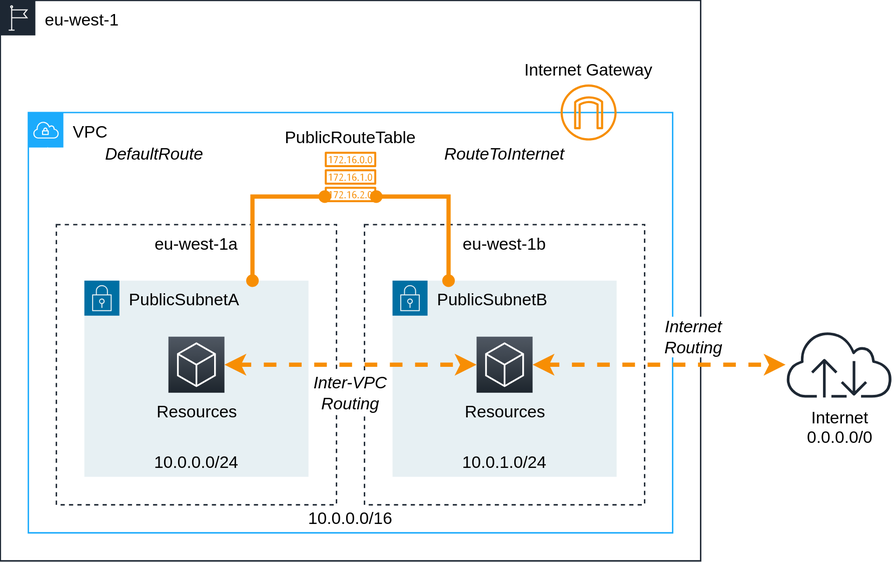
The draw.io diagram assets/img-vpc-simple-wb.svg in martijnvandongen/cfn-workshop, before a commit. Source tidied: cells renumbered, new cells last; positions are measured from the earlier drawing's top-left corner, leaving out a move shared by most shapes. Source of this version:
```xml
<mxGraphModel>
  <root>
    <mxCell id="0" />
    <mxCell id="1" parent="0" />
    <mxCell id="2" value="eu-west-1" style="gradientColor=none;html=1;whiteSpace=wrap;fontSize=12;fontStyle=0;shape=mxgraph.aws4.group;grIcon=mxgraph.aws4.group_region;strokeColor=#1D2733;fillColor=none;verticalAlign=top;align=left;spacingLeft=30;fontColor=#000000;dashed=0;" parent="1" vertex="1">
      <mxGeometry width="500" height="400" as="geometry" />
    </mxCell>
    <mxCell id="3" value="VPC" style="points=[[0,0],[0.25,0],[0.5,0],[0.75,0],[1,0],[1,0.25],[1,0.5],[1,0.75],[1,1],[0.75,1],[0.5,1],[0.25,1],[0,1],[0,0.75],[0,0.5],[0,0.25]];outlineConnect=0;gradientColor=none;html=1;whiteSpace=wrap;fontSize=12;fontStyle=0;shape=mxgraph.aws4.group;grIcon=mxgraph.aws4.group_vpc;strokeColor=#1BABFC;fillColor=none;verticalAlign=top;align=left;spacingLeft=30;fontColor=#000000;dashed=0;" parent="1" vertex="1">
      <mxGeometry x="20" y="80" width="460" height="300" as="geometry" />
    </mxCell>
    <mxCell id="4" value="eu-west-1a" style="fillColor=none;strokeColor=#1D2733;dashed=1;verticalAlign=top;fontStyle=0;fontColor=#000000;" parent="1" vertex="1">
      <mxGeometry x="40" y="160" width="200" height="200" as="geometry" />
    </mxCell>
    <mxCell id="5" value="eu-west-1b" style="fillColor=none;strokeColor=#1D2733;dashed=1;verticalAlign=top;fontStyle=0;fontColor=#000000;" parent="1" vertex="1">
      <mxGeometry x="260" y="160" width="200" height="200" as="geometry" />
    </mxCell>
    <mxCell id="6" value="PublicSubnetA" style="points=[[0,0],[0.25,0],[0.5,0],[0.75,0],[1,0],[1,0.25],[1,0.5],[1,0.75],[1,1],[0.75,1],[0.5,1],[0.25,1],[0,1],[0,0.75],[0,0.5],[0,0.25]];outlineConnect=0;gradientColor=none;html=1;whiteSpace=wrap;fontSize=12;fontStyle=0;shape=mxgraph.aws4.group;grIcon=mxgraph.aws4.group_security_group;grStroke=0;strokeColor=#006FA3;fillColor=#E7F0F3;verticalAlign=top;align=left;spacingLeft=30;fontColor=#000000;dashed=0;" parent="1" vertex="1">
      <mxGeometry x="60" y="200" width="160" height="140" as="geometry" />
    </mxCell>
    <mxCell id="7" value="PublicSubnetB" style="points=[[0,0],[0.25,0],[0.5,0],[0.75,0],[1,0],[1,0.25],[1,0.5],[1,0.75],[1,1],[0.75,1],[0.5,1],[0.25,1],[0,1],[0,0.75],[0,0.5],[0,0.25]];outlineConnect=0;gradientColor=none;html=1;whiteSpace=wrap;fontSize=12;fontStyle=0;shape=mxgraph.aws4.group;grIcon=mxgraph.aws4.group_security_group;grStroke=0;strokeColor=#006FA3;fillColor=#E7F0F3;verticalAlign=top;align=left;spacingLeft=30;fontColor=#000000;dashed=0;" parent="1" vertex="1">
      <mxGeometry x="280" y="200" width="160" height="140" as="geometry" />
    </mxCell>
    <mxCell id="8" style="outlineConnect=0;fontColor=#000000;gradientColor=none;fillColor=#F78E04;strokeColor=none;dashed=0;verticalLabelPosition=bottom;verticalAlign=top;align=center;html=1;fontSize=12;fontStyle=0;shape=mxgraph.aws4.internet_gateway;" parent="1" vertex="1">
      <mxGeometry x="400" y="60" width="40" height="40" as="geometry" />
    </mxCell>
    <mxCell id="9" style="edgeStyle=orthogonalEdgeStyle;rounded=0;jettySize=auto;html=1;fontColor=#000000;strokeColor=#FFFFFF;" parent="1" edge="1" source="12" target="8">
      <mxGeometry relative="1" as="geometry">
        <Array as="points">
          <mxPoint x="420" y="120" />
        </Array>
      </mxGeometry>
    </mxCell>
    <mxCell id="10" style="edgeStyle=orthogonalEdgeStyle;rounded=0;jettySize=auto;html=1;entryX=0.75;entryY=0;entryDx=0;entryDy=0;startArrow=oval;startFill=1;strokeColor=#F78E04;strokeWidth=3;fontSize=16;fontColor=#000000;endArrow=oval;endFill=1;" parent="1" edge="1" source="12" target="6">
      <mxGeometry relative="1" as="geometry">
        <Array as="points">
          <mxPoint x="180" y="140" />
        </Array>
      </mxGeometry>
    </mxCell>
    <mxCell id="11" style="edgeStyle=orthogonalEdgeStyle;rounded=0;jettySize=auto;html=1;entryX=0.25;entryY=0;entryDx=0;entryDy=0;startArrow=oval;startFill=1;endArrow=oval;endFill=1;strokeColor=#F78E04;strokeWidth=3;fontSize=16;fontColor=#000000;" parent="1" edge="1" source="12" target="7">
      <mxGeometry relative="1" as="geometry">
        <Array as="points">
          <mxPoint x="320" y="140" />
        </Array>
      </mxGeometry>
    </mxCell>
    <mxCell id="12" style="outlineConnect=0;fontColor=#000000;gradientColor=none;fillColor=#F78E04;strokeColor=none;dashed=0;verticalLabelPosition=bottom;verticalAlign=top;align=center;html=1;fontSize=12;fontStyle=0;shape=mxgraph.aws4.route_table;" parent="1" vertex="1">
      <mxGeometry x="231.5" y="108" width="37" height="36" as="geometry" />
    </mxCell>
    <mxCell id="13" value="PublicRouteTable" style="text;html=1;strokeColor=none;fillColor=none;align=center;verticalAlign=middle;whiteSpace=wrap;rounded=0;fontColor=#000000;" parent="1" vertex="1">
      <mxGeometry x="190" y="88" width="120" height="20" as="geometry" />
    </mxCell>
    <mxCell id="14" value="Internet Gateway" style="text;html=1;strokeColor=none;fillColor=none;align=center;verticalAlign=middle;whiteSpace=wrap;rounded=0;fontColor=#000000;" parent="1" vertex="1">
      <mxGeometry x="360" y="40" width="120" height="20" as="geometry" />
    </mxCell>
    <mxCell id="15" value="RouteToInternet" style="text;html=1;strokeColor=none;fillColor=none;align=center;verticalAlign=middle;whiteSpace=wrap;rounded=0;fontColor=#000000;fontStyle=2;" parent="1" vertex="1">
      <mxGeometry x="300" y="100" width="120" height="20" as="geometry" />
    </mxCell>
    <mxCell id="16" value="Resources" style="gradientDirection=north;outlineConnect=0;fontColor=#000000;gradientColor=#505863;fillColor=#1E262E;strokeColor=#ffffff;dashed=0;verticalLabelPosition=bottom;verticalAlign=top;align=center;html=1;fontSize=12;fontStyle=0;shape=mxgraph.aws4.resourceIcon;resIcon=mxgraph.aws4.general;" parent="1" vertex="1">
      <mxGeometry x="120" y="240" width="40" height="40" as="geometry" />
    </mxCell>
    <mxCell id="17" style="edgeStyle=orthogonalEdgeStyle;rounded=0;jettySize=auto;html=1;strokeColor=#F78E04;fontColor=#000000;strokeWidth=3;startArrow=classic;startFill=1;dashed=1;" parent="1" edge="1" source="18" target="24">
      <mxGeometry relative="1" as="geometry" />
    </mxCell>
    <mxCell id="18" value="Resources" style="gradientDirection=north;outlineConnect=0;fontColor=#000000;gradientColor=#505863;fillColor=#1E262E;strokeColor=#ffffff;dashed=0;verticalLabelPosition=bottom;verticalAlign=top;align=center;html=1;fontSize=12;fontStyle=0;shape=mxgraph.aws4.resourceIcon;resIcon=mxgraph.aws4.general;" parent="1" vertex="1">
      <mxGeometry x="340" y="240" width="40" height="40" as="geometry" />
    </mxCell>
    <mxCell id="19" style="edgeStyle=orthogonalEdgeStyle;rounded=0;jettySize=auto;html=1;fontColor=#000000;strokeColor=#FFFFFF;entryX=0.03;entryY=0.082;entryDx=0;entryDy=0;entryPerimeter=0;" parent="1" edge="1" source="12" target="3">
      <mxGeometry relative="1" as="geometry">
        <Array as="points">
          <mxPoint x="34" y="120" />
        </Array>
      </mxGeometry>
    </mxCell>
    <mxCell id="20" value="DefaultRoute" style="text;html=1;strokeColor=none;fillColor=none;align=center;verticalAlign=middle;whiteSpace=wrap;rounded=0;fontColor=#000000;fontStyle=2;" parent="1" vertex="1">
      <mxGeometry x="40" y="100" width="140" height="20" as="geometry" />
    </mxCell>
    <mxCell id="21" value="10.0.0.0/16" style="text;html=1;strokeColor=none;fillColor=none;align=center;verticalAlign=middle;whiteSpace=wrap;rounded=0;fontColor=#000000;" parent="1" vertex="1">
      <mxGeometry x="190" y="360" width="120" height="20" as="geometry" />
    </mxCell>
    <mxCell id="22" value="10.0.0.0/24" style="text;html=1;strokeColor=none;fillColor=none;align=center;verticalAlign=middle;whiteSpace=wrap;rounded=0;fontColor=#000000;" parent="1" vertex="1">
      <mxGeometry x="80" y="320" width="120" height="20" as="geometry" />
    </mxCell>
    <mxCell id="23" value="10.0.1.0/24" style="text;html=1;strokeColor=none;fillColor=none;align=center;verticalAlign=middle;whiteSpace=wrap;rounded=0;fontColor=#000000;" parent="1" vertex="1">
      <mxGeometry x="300" y="320" width="120" height="20" as="geometry" />
    </mxCell>
    <mxCell id="24" value="Internet&lt;br&gt;0.0.0.0/0" style="outlineConnect=0;fontColor=#000000;gradientColor=none;fillColor=#1D2733;strokeColor=#FFFFFF;dashed=0;verticalLabelPosition=bottom;verticalAlign=top;align=center;html=1;fontSize=12;fontStyle=0;shape=mxgraph.aws4.internet;" parent="1" vertex="1">
      <mxGeometry x="560" y="236" width="78" height="48" as="geometry" />
    </mxCell>
    <mxCell id="25" style="edgeStyle=orthogonalEdgeStyle;rounded=0;jettySize=auto;html=1;strokeColor=#F78E04;fontColor=#000000;strokeWidth=3;startArrow=classic;startFill=1;dashed=1;" parent="1" edge="1" source="16" target="18">
      <mxGeometry relative="1" as="geometry" />
    </mxCell>
    <mxCell id="26" value="Inter-VPC&lt;br&gt;Routing" style="text;html=1;strokeColor=none;fillColor=none;align=center;verticalAlign=middle;whiteSpace=wrap;rounded=0;fontColor=#000000;fontStyle=2;labelBackgroundColor=#ffffff;" parent="1" vertex="1">
      <mxGeometry x="220" y="260" width="60" height="40" as="geometry" />
    </mxCell>
    <mxCell id="27" value="Internet &lt;br&gt;Routing" style="text;html=1;strokeColor=none;fillColor=none;align=center;verticalAlign=middle;whiteSpace=wrap;rounded=0;fontColor=#000000;fontStyle=2;labelBackgroundColor=#ffffff;" parent="1" vertex="1">
      <mxGeometry x="460" y="220" width="70" height="40" as="geometry" />
    </mxCell>
  </root>
</mxGraphModel>
```
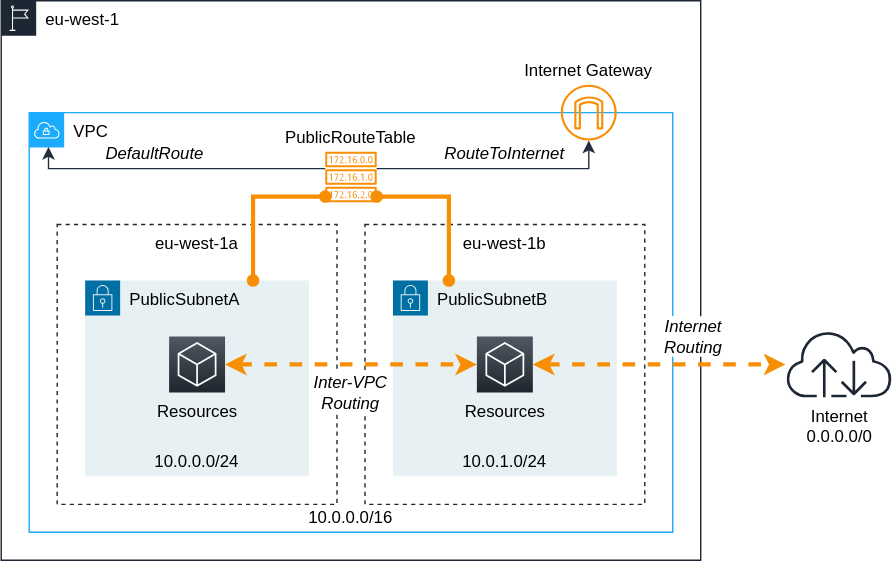
The same file after the commit.

The edit, as a diff of the source:
```diff
@@ -23,7 +23,7 @@
     <mxCell id="8" style="outlineConnect=0;fontColor=#000000;gradientColor=none;fillColor=#F78E04;strokeColor=none;dashed=0;verticalLabelPosition=bottom;verticalAlign=top;align=center;html=1;fontSize=12;fontStyle=0;shape=mxgraph.aws4.internet_gateway;" parent="1" vertex="1">
       <mxGeometry x="400" y="60" width="40" height="40" as="geometry" />
     </mxCell>
-    <mxCell id="9" style="edgeStyle=orthogonalEdgeStyle;rounded=0;jettySize=auto;html=1;fontColor=#000000;strokeColor=#FFFFFF;" parent="1" edge="1" source="12" target="8">
+    <mxCell id="9" style="edgeStyle=orthogonalEdgeStyle;rounded=0;jettySize=auto;html=1;fontColor=#000000;strokeColor=#232F3E;" parent="1" edge="1" source="12" target="8">
       <mxGeometry relative="1" as="geometry">
         <Array as="points">
           <mxPoint x="420" y="120" />
@@ -65,7 +65,7 @@
     <mxCell id="18" value="Resources" style="gradientDirection=north;outlineConnect=0;fontColor=#000000;gradientColor=#505863;fillColor=#1E262E;strokeColor=#ffffff;dashed=0;verticalLabelPosition=bottom;verticalAlign=top;align=center;html=1;fontSize=12;fontStyle=0;shape=mxgraph.aws4.resourceIcon;resIcon=mxgraph.aws4.general;" parent="1" vertex="1">
       <mxGeometry x="340" y="240" width="40" height="40" as="geometry" />
     </mxCell>
-    <mxCell id="19" style="edgeStyle=orthogonalEdgeStyle;rounded=0;jettySize=auto;html=1;fontColor=#000000;strokeColor=#FFFFFF;entryX=0.03;entryY=0.082;entryDx=0;entryDy=0;entryPerimeter=0;" parent="1" edge="1" source="12" target="3">
+    <mxCell id="19" style="edgeStyle=orthogonalEdgeStyle;rounded=0;jettySize=auto;html=1;fontColor=#000000;strokeColor=#232F3E;entryX=0.03;entryY=0.082;entryDx=0;entryDy=0;entryPerimeter=0;" parent="1" edge="1" source="12" target="3">
       <mxGeometry relative="1" as="geometry">
         <Array as="points">
           <mxPoint x="34" y="120" />
```
